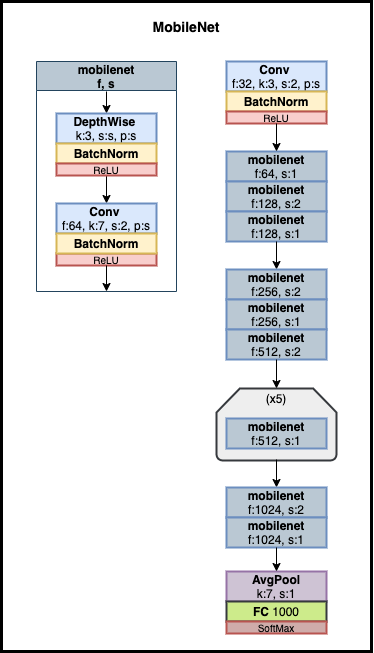
Before: Implementations/MobileNet/MobileNet_diagram.png, a diagram exported from draw.io (Machine-Learning-Tokyo/CNN-Architectures). Source tidied: cells renumbered, new cells last; positions are measured from the earlier drawing's top-left corner, leaving out a move shared by most shapes. Its diagram source:
```xml
<mxGraphModel>
  <root>
    <mxCell id="0" />
    <mxCell id="1" parent="0" />
    <mxCell id="2" style="group;" parent="1" vertex="1">
      <mxGeometry x="35" y="10" width="335" height="640" as="geometry" />
    </mxCell>
    <mxCell id="3" style="group;" parent="2" vertex="1">
      <mxGeometry width="335" height="640" as="geometry" />
    </mxCell>
    <mxCell id="4" value="&lt;span style=&quot;font-size: 14px&quot;&gt;&lt;b&gt;MobileNet&lt;/b&gt;&lt;/span&gt;" style="text;html=1;strokeColor=none;fillColor=none;align=center;verticalAlign=middle;whiteSpace=wrap;rounded=0;" parent="3" vertex="1">
      <mxGeometry x="100" width="100" height="30" as="geometry" />
    </mxCell>
    <mxCell id="5" style="group;" parent="3" vertex="1">
      <mxGeometry y="50" width="335" height="590" as="geometry" />
    </mxCell>
    <mxCell id="6" value="mobilenet&#10;f, s" style="swimlane;startSize=29;fillColor=#bac8d3;strokeColor=#23445d;" parent="5" vertex="1">
      <mxGeometry width="140" height="230" as="geometry" />
    </mxCell>
    <mxCell id="7" style="edgeStyle=orthogonalEdgeStyle;rounded=0;jettySize=auto;html=1;exitX=0.5;exitY=1;exitDx=0;exitDy=0;exitPerimeter=0;entryX=0.5;entryY=0;entryDx=0;entryDy=0;" parent="6" edge="1" target="8">
      <mxGeometry relative="1" as="geometry">
        <mxPoint x="70" y="30" as="sourcePoint" />
      </mxGeometry>
    </mxCell>
    <mxCell id="8" value="&lt;b&gt;DepthWise&lt;/b&gt;&amp;nbsp;&lt;br&gt;k:3, s:s, p:s" style="rounded=0;whiteSpace=wrap;html=1;fillColor=#dae8fc;strokeColor=#6c8ebf;gradientColor=none;strokeWidth=2;" parent="6" vertex="1">
      <mxGeometry x="20" y="52" width="100" height="30" as="geometry" />
    </mxCell>
    <mxCell id="9" value="&lt;b&gt;&lt;font style=&quot;font-size: 12px&quot;&gt;BatchNorm&lt;/font&gt;&lt;/b&gt;" style="rounded=0;whiteSpace=wrap;html=1;fillColor=#fff2cc;strokeColor=#d6b656;strokeWidth=2;" parent="6" vertex="1">
      <mxGeometry x="20" y="82" width="100" height="20" as="geometry" />
    </mxCell>
    <mxCell id="10" style="edgeStyle=orthogonalEdgeStyle;rounded=0;jettySize=auto;html=1;exitX=0.5;exitY=1;exitDx=0;exitDy=0;entryX=0.5;entryY=0;entryDx=0;entryDy=0;" parent="6" edge="1" source="11" target="12">
      <mxGeometry relative="1" as="geometry" />
    </mxCell>
    <mxCell id="11" value="&lt;font style=&quot;font-size: 10px&quot;&gt;ReLU&lt;/font&gt;" style="rounded=0;whiteSpace=wrap;html=1;strokeWidth=2;fillColor=#f8cecc;strokeColor=#b85450;" parent="6" vertex="1">
      <mxGeometry x="20" y="102" width="100" height="12" as="geometry" />
    </mxCell>
    <mxCell id="12" value="&lt;b&gt;Conv&lt;/b&gt;&amp;nbsp;&lt;br&gt;f:64, k:7, s:2, p:s" style="rounded=0;whiteSpace=wrap;html=1;fillColor=#dae8fc;strokeColor=#6c8ebf;gradientColor=none;strokeWidth=2;" parent="6" vertex="1">
      <mxGeometry x="20" y="142" width="100" height="30" as="geometry" />
    </mxCell>
    <mxCell id="13" value="&lt;font style=&quot;font-size: 10px&quot;&gt;ReLU&lt;/font&gt;" style="rounded=0;whiteSpace=wrap;html=1;strokeWidth=2;fillColor=#f8cecc;strokeColor=#b85450;" parent="6" vertex="1">
      <mxGeometry x="20" y="192" width="100" height="12" as="geometry" />
    </mxCell>
    <mxCell id="14" value="&lt;b&gt;&lt;font style=&quot;font-size: 12px&quot;&gt;BatchNorm&lt;/font&gt;&lt;/b&gt;" style="rounded=0;whiteSpace=wrap;html=1;fillColor=#fff2cc;strokeColor=#d6b656;strokeWidth=2;" parent="6" vertex="1">
      <mxGeometry x="20" y="172" width="100" height="20" as="geometry" />
    </mxCell>
    <mxCell id="15" style="edgeStyle=orthogonalEdgeStyle;rounded=0;jettySize=auto;html=1;exitX=0.5;exitY=1;exitDx=0;exitDy=0;" parent="5" edge="1" source="13">
      <mxGeometry relative="1" as="geometry">
        <mxPoint x="70" y="230" as="targetPoint" />
      </mxGeometry>
    </mxCell>
    <mxCell id="16" value="&lt;b&gt;Conv&lt;/b&gt;&amp;nbsp;&lt;br&gt;f:32, k:3, s:2, p:s" style="rounded=0;whiteSpace=wrap;html=1;fillColor=#dae8fc;strokeColor=#6c8ebf;gradientColor=none;strokeWidth=2;" parent="5" vertex="1">
      <mxGeometry x="190" width="100" height="30" as="geometry" />
    </mxCell>
    <mxCell id="17" value="&lt;b&gt;&lt;font style=&quot;font-size: 12px&quot;&gt;BatchNorm&lt;/font&gt;&lt;/b&gt;" style="rounded=0;whiteSpace=wrap;html=1;fillColor=#fff2cc;strokeColor=#d6b656;strokeWidth=2;" parent="5" vertex="1">
      <mxGeometry x="190" y="30" width="100" height="20" as="geometry" />
    </mxCell>
    <mxCell id="18" value="&lt;font style=&quot;font-size: 10px&quot;&gt;ReLU&lt;/font&gt;" style="rounded=0;whiteSpace=wrap;html=1;strokeWidth=2;fillColor=#f8cecc;strokeColor=#b85450;" parent="5" vertex="1">
      <mxGeometry x="190" y="50" width="100" height="12" as="geometry" />
    </mxCell>
    <mxCell id="19" value="&lt;b&gt;mobilenet&lt;/b&gt;&lt;br&gt;f:64, s:1" style="rounded=0;whiteSpace=wrap;html=1;fillColor=#BAC8D3;strokeColor=#6c8ebf;gradientColor=none;strokeWidth=2;" parent="5" vertex="1">
      <mxGeometry x="190" y="90" width="100" height="30" as="geometry" />
    </mxCell>
    <mxCell id="20" style="edgeStyle=orthogonalEdgeStyle;rounded=0;jettySize=auto;html=1;exitX=0.5;exitY=1;exitDx=0;exitDy=0;entryX=0.5;entryY=0;entryDx=0;entryDy=0;" parent="5" edge="1" source="18" target="19">
      <mxGeometry relative="1" as="geometry" />
    </mxCell>
    <mxCell id="21" value="&lt;b&gt;mobilenet&lt;/b&gt;&lt;br&gt;f:128, s:2" style="rounded=0;whiteSpace=wrap;html=1;fillColor=#BAC8D3;strokeColor=#6c8ebf;gradientColor=none;strokeWidth=2;" parent="5" vertex="1">
      <mxGeometry x="190" y="120" width="100" height="30" as="geometry" />
    </mxCell>
    <mxCell id="22" value="&lt;b&gt;mobilenet&lt;/b&gt;&lt;br&gt;f:128, s:1" style="rounded=0;whiteSpace=wrap;html=1;fillColor=#BAC8D3;strokeColor=#6c8ebf;gradientColor=none;strokeWidth=2;" parent="5" vertex="1">
      <mxGeometry x="190" y="150" width="100" height="30" as="geometry" />
    </mxCell>
    <mxCell id="23" style="edgeStyle=orthogonalEdgeStyle;rounded=0;jettySize=auto;html=1;exitX=0.5;exitY=1;exitDx=0;exitDy=0;entryX=0.5;entryY=0;entryDx=0;entryDy=0;" parent="5" edge="1" target="24">
      <mxGeometry relative="1" as="geometry">
        <mxPoint x="240" y="180" as="sourcePoint" />
      </mxGeometry>
    </mxCell>
    <mxCell id="24" value="&lt;b&gt;mobilenet&lt;/b&gt;&lt;br&gt;f:256, s:2" style="rounded=0;whiteSpace=wrap;html=1;fillColor=#BAC8D3;strokeColor=#6c8ebf;gradientColor=none;strokeWidth=2;" parent="5" vertex="1">
      <mxGeometry x="190" y="208" width="100" height="30" as="geometry" />
    </mxCell>
    <mxCell id="25" value="&lt;b&gt;mobilenet&lt;/b&gt;&lt;br&gt;f:256, s:1" style="rounded=0;whiteSpace=wrap;html=1;fillColor=#BAC8D3;strokeColor=#6c8ebf;gradientColor=none;strokeWidth=2;" parent="5" vertex="1">
      <mxGeometry x="190" y="238" width="100" height="30" as="geometry" />
    </mxCell>
    <mxCell id="26" value="&lt;b&gt;mobilenet&lt;/b&gt;&lt;br&gt;f:512, s:2" style="rounded=0;whiteSpace=wrap;html=1;fillColor=#BAC8D3;strokeColor=#6c8ebf;gradientColor=none;strokeWidth=2;" parent="5" vertex="1">
      <mxGeometry x="190" y="268" width="100" height="30" as="geometry" />
    </mxCell>
    <mxCell id="27" style="strokeWidth=2;html=1;shape=mxgraph.flowchart.loop_limit;whiteSpace=wrap;fillColor=#eeeeee;strokeColor=#36393d;" parent="5" vertex="1">
      <mxGeometry x="180" y="327" width="120" height="72" as="geometry" />
    </mxCell>
    <mxCell id="28" value="(x5)" style="text;html=1;strokeColor=none;fillColor=none;align=center;verticalAlign=middle;whiteSpace=wrap;rounded=0;" parent="5" vertex="1">
      <mxGeometry x="210" y="327" width="60" height="20" as="geometry" />
    </mxCell>
    <mxCell id="29" style="edgeStyle=orthogonalEdgeStyle;rounded=0;jettySize=auto;html=1;exitX=0.5;exitY=1;exitDx=0;exitDy=0;entryX=0.5;entryY=0;entryDx=0;entryDy=0;" parent="5" edge="1" source="26" target="28">
      <mxGeometry relative="1" as="geometry" />
    </mxCell>
    <mxCell id="30" value="&lt;b&gt;mobilenet&lt;/b&gt;&lt;br&gt;f:512, s:1" style="rounded=0;whiteSpace=wrap;html=1;fillColor=#BAC8D3;strokeColor=#6c8ebf;gradientColor=none;strokeWidth=2;" parent="5" vertex="1">
      <mxGeometry x="190" y="357" width="100" height="30" as="geometry" />
    </mxCell>
    <mxCell id="31" style="edgeStyle=orthogonalEdgeStyle;rounded=0;jettySize=auto;html=1;exitX=0.5;exitY=1;exitDx=0;exitDy=0;entryX=0.5;entryY=0;entryDx=0;entryDy=0;" parent="5" edge="1" target="32">
      <mxGeometry relative="1" as="geometry">
        <mxPoint x="240" y="398" as="sourcePoint" />
      </mxGeometry>
    </mxCell>
    <mxCell id="32" value="&lt;b&gt;mobilenet&lt;/b&gt;&lt;br&gt;f:1024, s:2" style="rounded=0;whiteSpace=wrap;html=1;fillColor=#BAC8D3;strokeColor=#6c8ebf;gradientColor=none;strokeWidth=2;" parent="5" vertex="1">
      <mxGeometry x="190" y="426" width="100" height="30" as="geometry" />
    </mxCell>
    <mxCell id="33" value="&lt;b&gt;mobilenet&lt;/b&gt;&lt;br&gt;f:1024, s:1" style="rounded=0;whiteSpace=wrap;html=1;fillColor=#BAC8D3;strokeColor=#6c8ebf;gradientColor=none;strokeWidth=2;" parent="5" vertex="1">
      <mxGeometry x="190" y="456" width="100" height="30" as="geometry" />
    </mxCell>
    <mxCell id="34" value="&lt;span&gt;&lt;b&gt;AvgPool&lt;br&gt;&lt;/b&gt;k:7, s:1&lt;br&gt;&lt;/span&gt;" style="rounded=0;whiteSpace=wrap;html=1;fillColor=#CEC3D4;strokeColor=#9673a6;strokeWidth=2;" parent="5" vertex="1">
      <mxGeometry x="190" y="510" width="100" height="30" as="geometry" />
    </mxCell>
    <mxCell id="35" style="edgeStyle=orthogonalEdgeStyle;rounded=0;jettySize=auto;html=1;exitX=0.5;exitY=1;exitDx=0;exitDy=0;" parent="5" edge="1" source="33" target="34">
      <mxGeometry relative="1" as="geometry" />
    </mxCell>
    <mxCell id="36" value="&lt;font style=&quot;font-size: 12px&quot;&gt;&lt;b&gt;FC&lt;/b&gt;&amp;nbsp;1000&lt;br&gt;&lt;/font&gt;" style="rounded=0;whiteSpace=wrap;html=1;fillColor=#cdeb8b;strokeColor=#36393d;strokeWidth=2;" parent="5" vertex="1">
      <mxGeometry x="190" y="540" width="100" height="20" as="geometry" />
    </mxCell>
    <mxCell id="37" value="&lt;font style=&quot;font-size: 10px&quot;&gt;SoftMax&lt;/font&gt;" style="rounded=0;whiteSpace=wrap;html=1;strokeWidth=2;fillColor=#CFACAA;strokeColor=#b85450;" parent="5" vertex="1">
      <mxGeometry x="190" y="560" width="100" height="12" as="geometry" />
    </mxCell>
    <mxCell id="38" style="rounded=0;whiteSpace=wrap;html=1;strokeWidth=3;fillColor=none;" parent="5" vertex="1">
      <mxGeometry x="-35" y="-60" width="370" height="650" as="geometry" />
    </mxCell>
  </root>
</mxGraphModel>
```
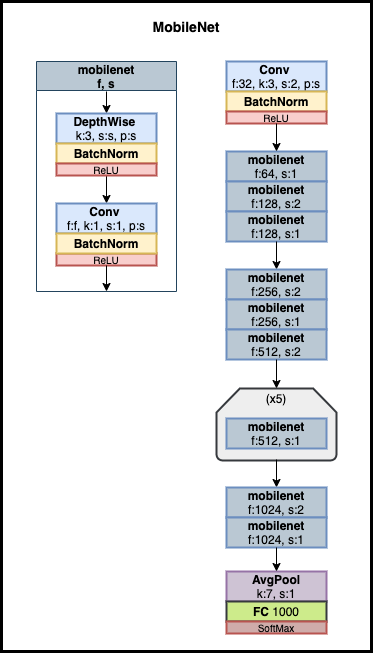
The same file after the commit.

The edit, as a diff of the source:
```diff
@@ -2,18 +2,15 @@
   <root>
     <mxCell id="0" />
     <mxCell id="1" parent="0" />
-    <mxCell id="2" style="group;" parent="1" vertex="1">
-      <mxGeometry x="35" y="10" width="335" height="640" as="geometry" />
-    </mxCell>
-    <mxCell id="3" style="group;" parent="2" vertex="1">
-      <mxGeometry width="335" height="640" as="geometry" />
-    </mxCell>
-    <mxCell id="4" value="&lt;span style=&quot;font-size: 14px&quot;&gt;&lt;b&gt;MobileNet&lt;/b&gt;&lt;/span&gt;" style="text;html=1;strokeColor=none;fillColor=none;align=center;verticalAlign=middle;whiteSpace=wrap;rounded=0;" parent="3" vertex="1">
-      <mxGeometry x="100" width="100" height="30" as="geometry" />
+    <mxCell id="4" value="&lt;span style=&quot;font-size: 14px&quot;&gt;&lt;b&gt;MobileNet&lt;/b&gt;&lt;/span&gt;" style="text;html=1;strokeColor=none;fillColor=none;align=center;verticalAlign=middle;whiteSpace=wrap;rounded=0;" parent="1" vertex="1">
+      <mxGeometry x="135" y="10" width="100" height="30" as="geometry" />
     </mxCell>
-    <mxCell id="5" style="group;" parent="3" vertex="1">
-      <mxGeometry y="50" width="335" height="590" as="geometry" />
+    <mxCell id="5" style="group;" parent="1" vertex="1">
+      <mxGeometry x="35" y="60" width="335" height="590" as="geometry" />
     </mxCell>
+    <mxCell id="38" style="rounded=0;whiteSpace=wrap;html=1;strokeWidth=3;fillColor=none;" parent="5" vertex="1">
+      <mxGeometry x="-35" y="-60" width="370" height="650" as="geometry" />
+    </mxCell>
     <mxCell id="6" value="mobilenet&#10;f, s" style="swimlane;startSize=29;fillColor=#bac8d3;strokeColor=#23445d;" parent="5" vertex="1">
       <mxGeometry width="140" height="230" as="geometry" />
     </mxCell>
@@ -34,7 +31,7 @@
     <mxCell id="11" value="&lt;font style=&quot;font-size: 10px&quot;&gt;ReLU&lt;/font&gt;" style="rounded=0;whiteSpace=wrap;html=1;strokeWidth=2;fillColor=#f8cecc;strokeColor=#b85450;" parent="6" vertex="1">
       <mxGeometry x="20" y="102" width="100" height="12" as="geometry" />
     </mxCell>
-    <mxCell id="12" value="&lt;b&gt;Conv&lt;/b&gt;&amp;nbsp;&lt;br&gt;f:64, k:7, s:2, p:s" style="rounded=0;whiteSpace=wrap;html=1;fillColor=#dae8fc;strokeColor=#6c8ebf;gradientColor=none;strokeWidth=2;" parent="6" vertex="1">
+    <mxCell id="12" value="&lt;b&gt;Conv&lt;/b&gt;&amp;nbsp;&lt;br&gt;f:f, k:1, s:1, p:s" style="rounded=0;whiteSpace=wrap;html=1;fillColor=#dae8fc;strokeColor=#6c8ebf;gradientColor=none;strokeWidth=2;" parent="6" vertex="1">
       <mxGeometry x="20" y="142" width="100" height="30" as="geometry" />
     </mxCell>
     <mxCell id="13" value="&lt;font style=&quot;font-size: 10px&quot;&gt;ReLU&lt;/font&gt;" style="rounded=0;whiteSpace=wrap;html=1;strokeWidth=2;fillColor=#f8cecc;strokeColor=#b85450;" parent="6" vertex="1">
@@ -118,8 +115,5 @@
     <mxCell id="37" value="&lt;font style=&quot;font-size: 10px&quot;&gt;SoftMax&lt;/font&gt;" style="rounded=0;whiteSpace=wrap;html=1;strokeWidth=2;fillColor=#CFACAA;strokeColor=#b85450;" parent="5" vertex="1">
       <mxGeometry x="190" y="560" width="100" height="12" as="geometry" />
     </mxCell>
-    <mxCell id="38" style="rounded=0;whiteSpace=wrap;html=1;strokeWidth=3;fillColor=none;" parent="5" vertex="1">
-      <mxGeometry x="-35" y="-60" width="370" height="650" as="geometry" />
-    </mxCell>
   </root>
 </mxGraphModel>
```
